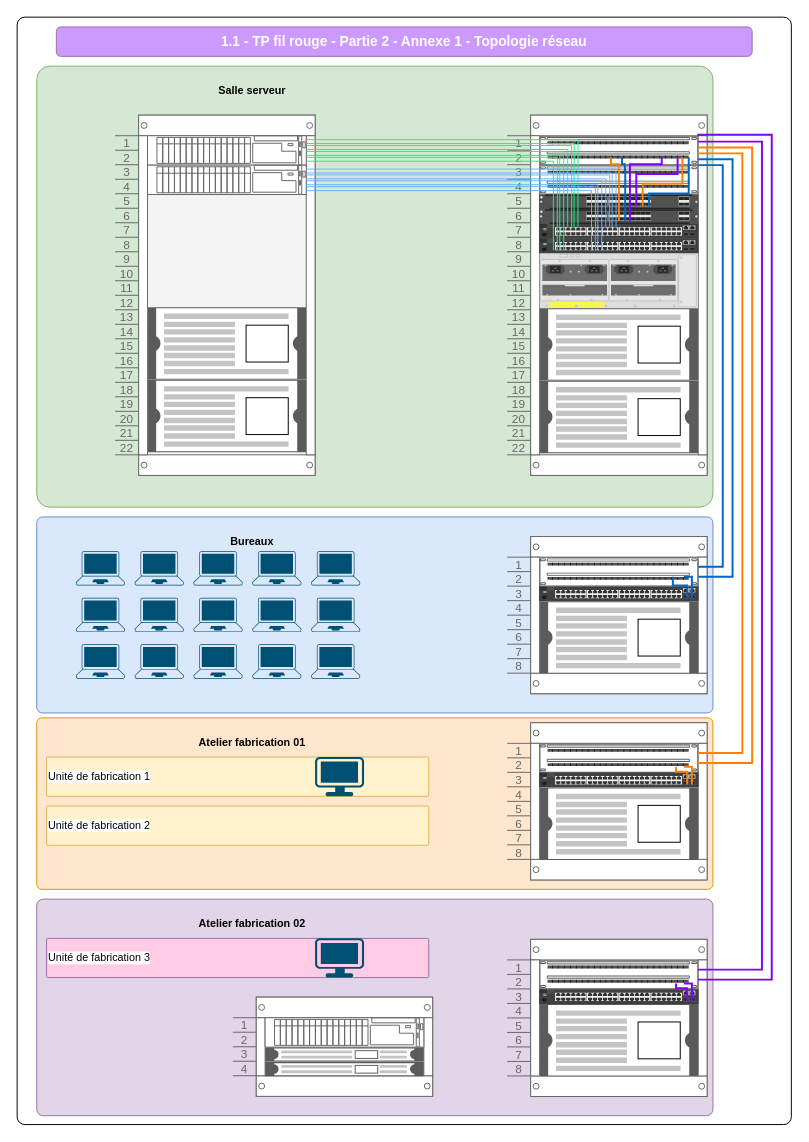
The draw.io diagram page "Topologie" (2 of 4) of 1-1-Materiel-physique/1.1-TP-part2.drawio in No-Name-Academy/Networking-for-noobs, before the edit. Source tidied: cells renumbered, new cells numbered last; positions are measured from the earlier drawing's top-left corner, leaving out a move shared by most shapes. Both pictures are drawn from the tidied source at 98%, with x=0, y=0 at pixel (17, 17).
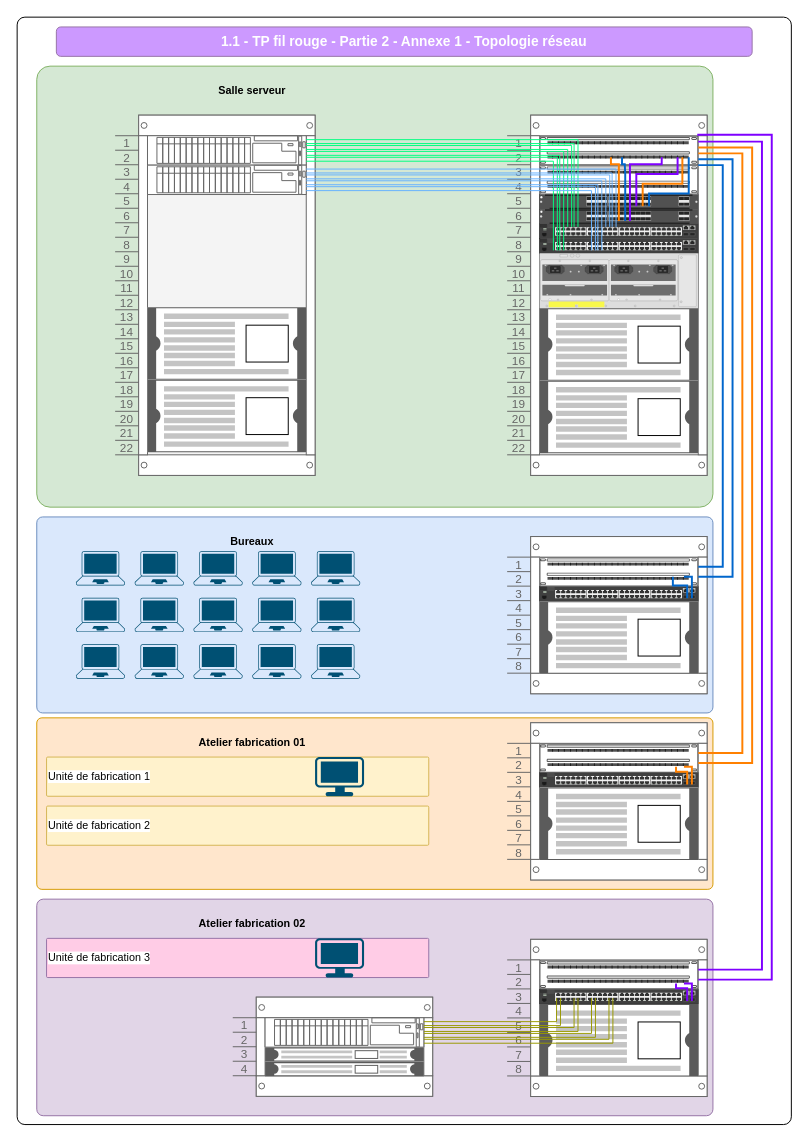
Above is the later version.

The change refers to these unchanged cells:
```xml
<mxCell id="80" style="html=1;verticalLabelPosition=bottom;verticalAlign=top;outlineConnect=0;shadow=0;dashed=0;shape=mxgraph.rack.hpe_aruba.switches.j9781a_2530_48_front;points=[[0.12,0.6,0,0,0],[0.23,0.6,0,0,0],[0.34,0.6,0,0,0],[0.45,0.6,0,0,0],[0.56,0.6,0,0,0],[0.67,0.6,0,0,0],[0.78,0.6,0,0,0],[0.86,0.6,0,0,0],[0.93,0.8,0,0,0],[0.96,0.8,0,0,0]];" parent="78" vertex="1">
  <mxGeometry x="33" y="51" width="162" height="15" as="geometry" />
</mxCell>
<mxCell id="89" style="strokeColor=#666666;html=1;labelPosition=right;align=left;spacingLeft=15;shadow=0;dashed=0;outlineConnect=0;shape=mxgraph.rack.dell.poweredge_r740;fontFamily=Helvetica;fontSize=11;fontColor=default;labelBackgroundColor=default;points=[[1,0.2,0,0,0],[1,0.4,0,0,0],[1,0.6,0,0,0],[1,0.8,0,0,0]];" parent="88" vertex="1">
  <mxGeometry x="33" y="21" width="162" height="30" as="geometry" />
</mxCell>
```

The edit, as a diff of the source:
```diff
@@
+    <mxCell id="92" style="edgeStyle=orthogonalEdgeStyle;shape=link;rounded=0;jettySize=auto;html=1;exitX=1;exitY=0.4;exitDx=0;exitDy=0;exitPerimeter=0;entryX=0.23;entryY=0.6;entryDx=0;entryDy=0;entryPerimeter=0;strokeColor=#999900;strokeWidth=1;align=center;verticalAlign=middle;fontFamily=Helvetica;fontSize=11;fontColor=default;labelBackgroundColor=default;endArrow=none;endFill=0;" parent="1" edge="1" source="89" target="80">
+      <mxGeometry relative="1" as="geometry" />
+    </mxCell>
+    <mxCell id="93" style="edgeStyle=orthogonalEdgeStyle;shape=link;rounded=0;jettySize=auto;html=1;exitX=1;exitY=0.2;exitDx=0;exitDy=0;exitPerimeter=0;entryX=0.12;entryY=0.6;entryDx=0;entryDy=0;entryPerimeter=0;strokeColor=#999900;strokeWidth=1;align=center;verticalAlign=middle;fontFamily=Helvetica;fontSize=11;fontColor=default;labelBackgroundColor=default;endArrow=none;endFill=0;" parent="1" edge="1" source="89" target="80">
+      <mxGeometry relative="1" as="geometry" />
+    </mxCell>
+    <mxCell id="94" style="edgeStyle=orthogonalEdgeStyle;shape=link;rounded=0;jettySize=auto;html=1;exitX=1;exitY=0.6;exitDx=0;exitDy=0;exitPerimeter=0;entryX=0.34;entryY=0.6;entryDx=0;entryDy=0;entryPerimeter=0;strokeColor=#999900;strokeWidth=1;align=center;verticalAlign=middle;fontFamily=Helvetica;fontSize=11;fontColor=default;labelBackgroundColor=default;endArrow=none;endFill=0;" parent="1" edge="1" source="89" target="80">
+      <mxGeometry relative="1" as="geometry" />
+    </mxCell>
+    <mxCell id="95" style="edgeStyle=orthogonalEdgeStyle;shape=link;rounded=0;jettySize=auto;html=1;exitX=1;exitY=0.8;exitDx=0;exitDy=0;exitPerimeter=0;entryX=0.45;entryY=0.6;entryDx=0;entryDy=0;entryPerimeter=0;strokeColor=#999900;strokeWidth=1;align=center;verticalAlign=middle;fontFamily=Helvetica;fontSize=11;fontColor=default;labelBackgroundColor=default;endArrow=none;endFill=0;" parent="1" edge="1" source="89" target="80">
+      <mxGeometry relative="1" as="geometry" />
+    </mxCell>
```
